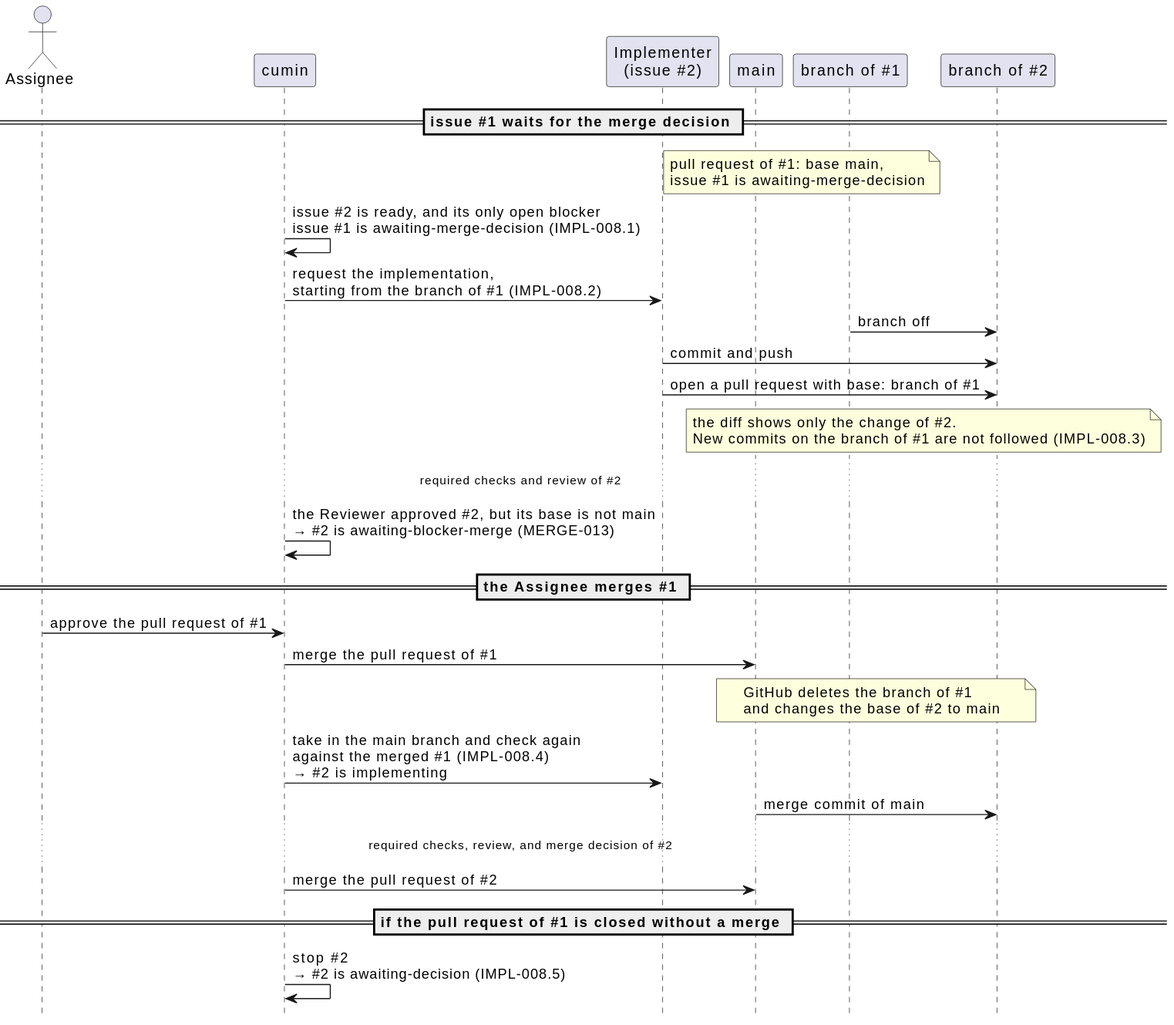
cloveclovedev/cumin-works keeps this PlantUML diagram as docs/ja/requirements/impl/start-from-awaiting-merge-decision.svg. Above is the earlier version.
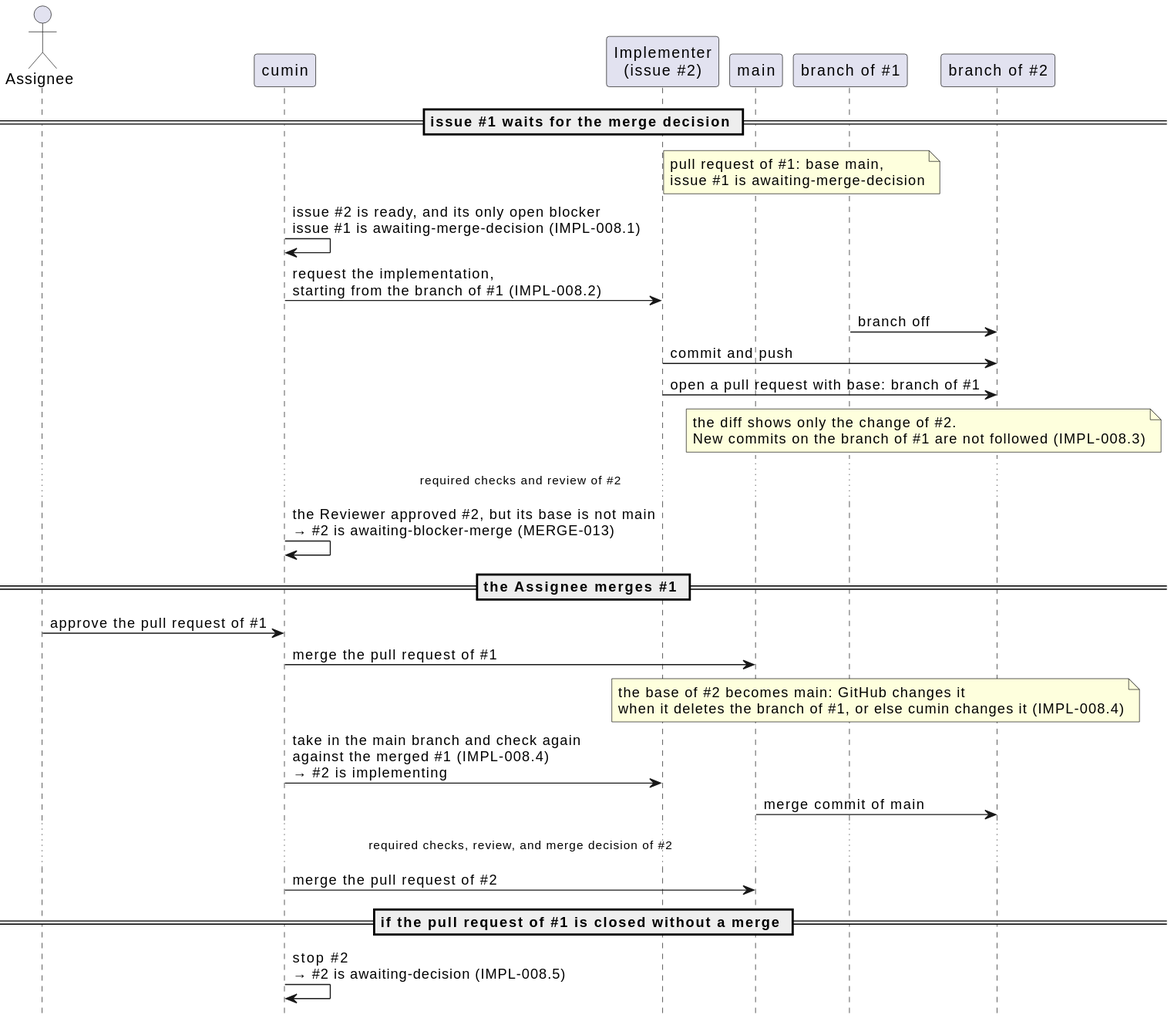
After the change.

Commit message:
docs(requirements): let cumin change the base to main after the blocker merges

Diff of the diagram source:
```diff
@@ -27,7 +27,7 @@
 
 Assignee -> Cumin : approve the pull request of #1
 Cumin -> Main : merge the pull request of #1
-note over Main, B2 : GitHub deletes the branch of #1\nand changes the base of #2 to main
+note over Main, B2 : the base of #2 becomes main: GitHub changes it\nwhen it deletes the branch of #1, or else cumin changes it (IMPL-008.4)
 Cumin -> Impl : take in the main branch and check again\nagainst the merged #1 (IMPL-008.4)\n→ #2 is implementing
 Main -> B2 : merge commit of main
 
```
